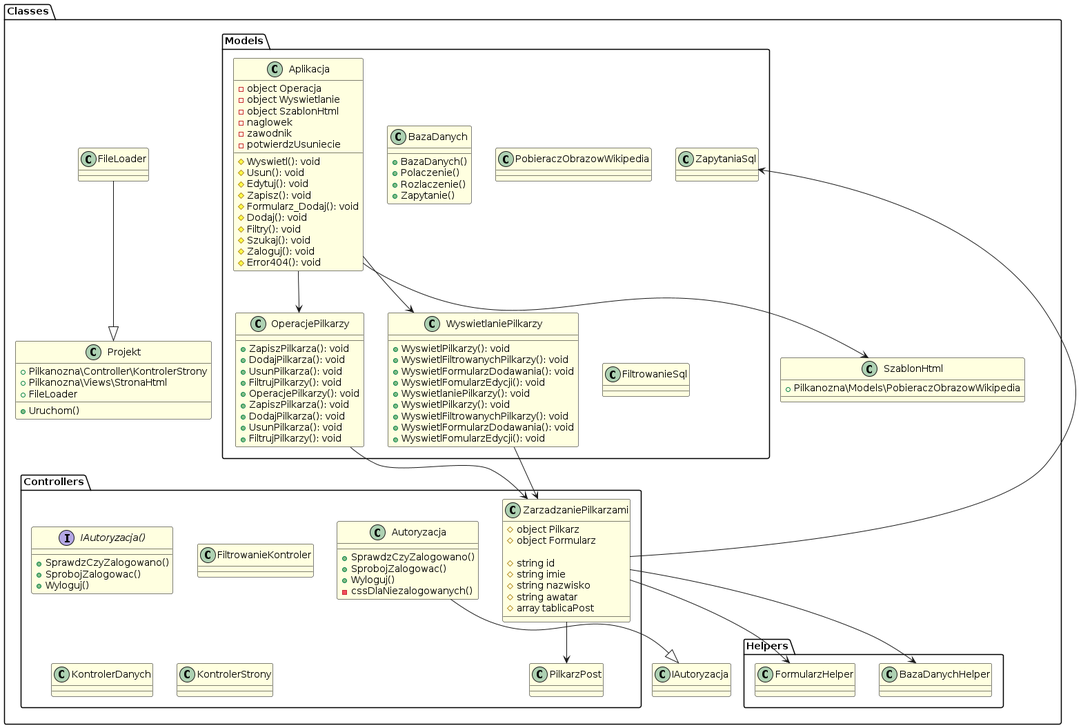
Before: src/diagramy/DiagramKlas.png, a diagram exported from PlantUML (zsoit/oop-php). Source of this version:
```plantuml
@startuml DiagramKlas
skinparam class {
    BackgroundColor LightYellow
    BorderColor Black
}

package "Classes" {
    package "Controllers" {

        interface IAutoryzacja(){
            + SprawdzCzyZalogowano()
            + SprobojZalogowac()
            + Wyloguj()

        }
        class Autoryzacja{

            + SprawdzCzyZalogowano()
            + SprobojZalogowac()
            + Wyloguj()
            -cssDlaNiezalogowanych()
        }
        class FiltrowanieKontroler
        class KontrolerDanych
        class KontrolerStrony
        class PilkarzPost
        class ZarzadzaniePilkarzami{

            # object Pilkarz
            # object Formularz

            # string id
            # string imie
            # string nazwisko
            # string awatar
            # array tablicaPost
        }

    }

    class FileLoader
    package "Helpers" {
        class BazaDanychHelper
        class FormularzHelper
    }

    package "Models" {
        class Aplikacja {
            - object Operacja
            - object Wyswietlanie
            - object SzablonHtml
            - naglowek
            - zawodnik
            - potwierdzUsuniecie

            # Wyswietl(): void
            # Usun(): void
            # Edytuj(): void
            # Zapisz(): void
            # Formularz_Dodaj(): void
            # Dodaj(): void
            # Filtry(): void
            # Szukaj(): void
            # Zaloguj(): void
            # Error404(): void
        }
        class BazaDanych {
            + BazaDanych()
            + Polaczenie()
            + Rozlaczenie()
            + Zapytanie()
        }
        class WyswietlaniePilkarzy{
            + WyswietlPilkarzy(): void
            + WyswietlFiltrowanychPilkarzy(): void
            + WyswietlFormularzDodawania(): void
            + WyswietlFomularzEdycji(): void
            + WyswietlaniePilkarzy(): void
            + WyswietlPilkarzy(): void
            + WyswietlFiltrowanychPilkarzy(): void
            + WyswietlFormularzDodawania(): void
            + WyswietlFomularzEdycji(): void

        }

        class OperacjePilkarzy{
            + ZapiszPilkarza(): void
            + DodajPilkarza(): void
            + UsunPilkarza(): void
            + FiltrujPilkarzy(): void
            + OperacjePilkarzy(): void
            + ZapiszPilkarza(): void
            + DodajPilkarza(): void
            + UsunPilkarza(): void
            + FiltrujPilkarzy(): void
        }

        class PobieraczObrazowWikipedia
        class ZapytaniaSql
        class FiltrowanieSql
    }

    class Projekt {
        + Pilkanozna\Controller\KontrolerStrony
        + Pilkanozna\Views\StronaHtml
        + FileLoader
        + Uruchom()
    }

    class SzablonHtml {
        + Pilkanozna\Models\PobieraczObrazowWikipedia
    }



    Autoryzacja --|> IAutoryzacja


    Aplikacja --> SzablonHtml
    Aplikacja --> WyswietlaniePilkarzy
    Aplikacja --> OperacjePilkarzy



    OperacjePilkarzy --> ZarzadzaniePilkarzami
    WyswietlaniePilkarzy --> ZarzadzaniePilkarzami

    ZarzadzaniePilkarzami --> ZapytaniaSql
    ZarzadzaniePilkarzami --> BazaDanychHelper
    ZarzadzaniePilkarzami --> PilkarzPost
    ZarzadzaniePilkarzami --> FormularzHelper


    FileLoader --|> Projekt



}
@enduml
```
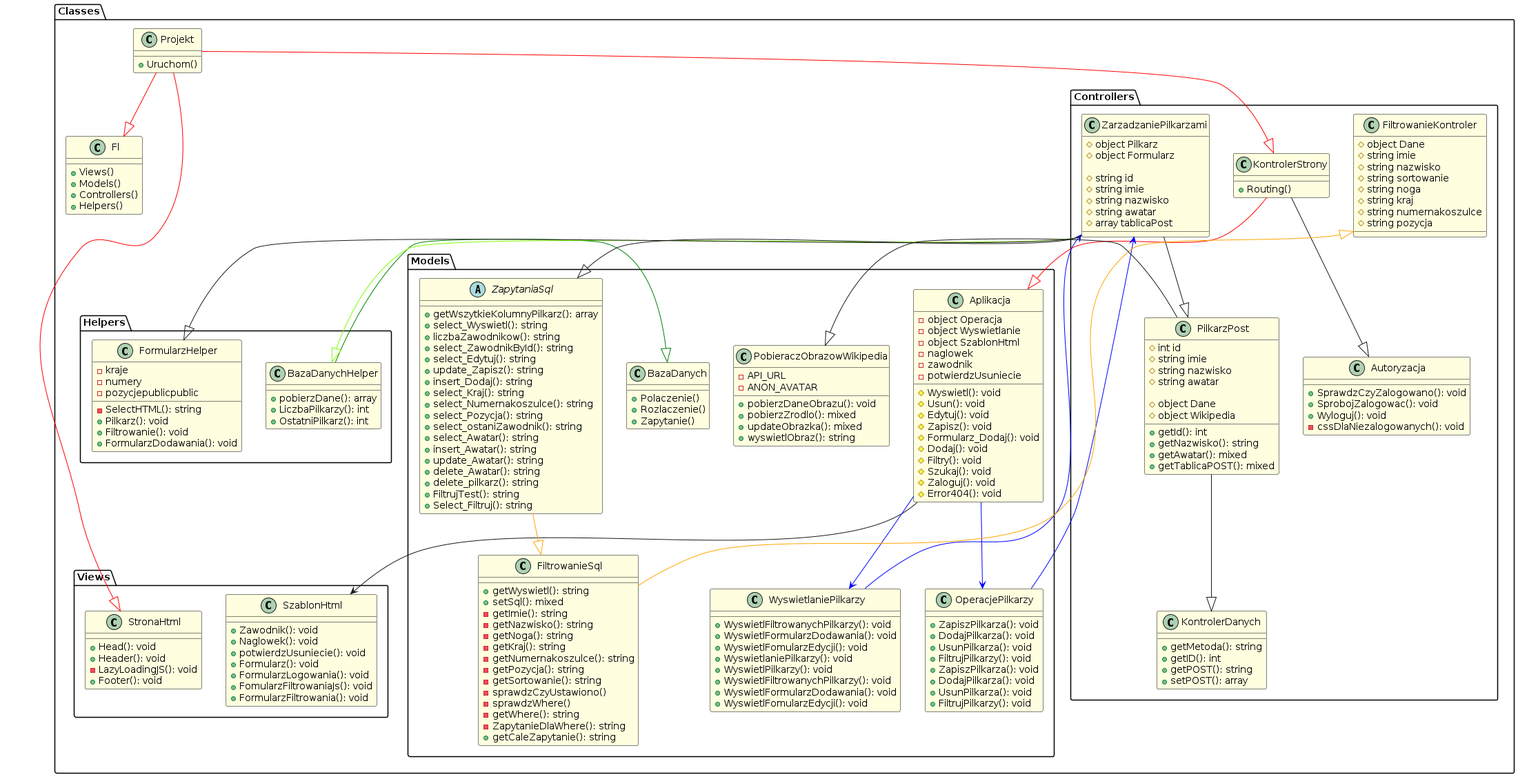
Later version of the same file.

The edit, as a diff of the source:
```diff
@@ -7,25 +7,51 @@
 package "Classes" {
     package "Controllers" {
 
-        interface IAutoryzacja(){
-            + SprawdzCzyZalogowano()
-            + SprobojZalogowac()
-            + Wyloguj()
+        class Autoryzacja{
+
+            + SprawdzCzyZalogowano(): void
+            + SprobojZalogowac(): void
+            + Wyloguj(): void
+            -cssDlaNiezalogowanych(): void
+        }
+        class FiltrowanieKontroler{
+            # object Dane
+            # string imie
+            # string nazwisko
+            # string sortowanie
+            # string noga
+            # string kraj
+            # string numernakoszulce
+            # string pozycja
 
         }
-        class Autoryzacja{
+        class KontrolerDanych{
+            +getMetoda(): string
+            +getID(): int
+            +getPOST(): string
+            +setPOST(): array
 
-            + SprawdzCzyZalogowano()
-            + SprobojZalogowac()
-            + Wyloguj()
-            -cssDlaNiezalogowanych()
         }
-        class FiltrowanieKontroler
-        class KontrolerDanych
-        class KontrolerStrony
-        class PilkarzPost
+        class KontrolerStrony{
+            +Routing()
+        }
+
+        class PilkarzPost{
+            # int id
+            # string imie
+            # string nazwisko
+            # string awatar
+
+            # object Dane
+            # object Wikipedia
+
+            +getId(): int
+            +getNazwisko(): string
+            +getAwatar(): mixed
+            +getTablicaPOST(): mixed
+        }
+
         class ZarzadzaniePilkarzami{
-
             # object Pilkarz
             # object Formularz
 
@@ -36,12 +62,6 @@
             # array tablicaPost
         }
 
-    }
-
-    class FileLoader
-    package "Helpers" {
-        class BazaDanychHelper
-        class FormularzHelper
     }
 
     package "Models" {
@@ -65,13 +85,11 @@
             # Error404(): void
         }
         class BazaDanych {
-            + BazaDanych()
             + Polaczenie()
             + Rozlaczenie()
             + Zapytanie()
         }
         class WyswietlaniePilkarzy{
-            + WyswietlPilkarzy(): void
             + WyswietlFiltrowanychPilkarzy(): void
             + WyswietlFormularzDodawania(): void
             + WyswietlFomularzEdycji(): void
@@ -88,50 +106,143 @@
             + DodajPilkarza(): void
             + UsunPilkarza(): void
             + FiltrujPilkarzy(): void
-            + OperacjePilkarzy(): void
             + ZapiszPilkarza(): void
             + DodajPilkarza(): void
             + UsunPilkarza(): void
             + FiltrujPilkarzy(): void
         }
 
-        class PobieraczObrazowWikipedia
-        class ZapytaniaSql
-        class FiltrowanieSql
+        class PobieraczObrazowWikipedia{
+            - API_URL
+            - ANON_AVATAR
+            +pobierzDaneObrazu(): void
+            +pobierzZrodlo(): mixed
+            +updateObrazka(): mixed
+            +wyswietlObraz(): string
+        }
+
+        abstract class ZapytaniaSql{
+            +getWszytkieKolumnyPilkarz(): array
+            +select_Wyswietl(): string
+            +liczbaZawodnikow(): string
+            +select_ZawodnikById(): string
+            +select_Edytuj(): string
+            +update_Zapisz(): string
+            +insert_Dodaj(): string
+            +select_Kraj(): string
+            +select_Numernakoszulce(): string
+            +select_Pozycja(): string
+            +select_ostaniZawodnik(): string
+            +select_Awatar(): string
+            +insert_Awatar(): string
+            +update_Awatar(): string
+            +delete_Awatar(): string
+            +delete_pilkarz(): string
+            +FiltrujTest(): string
+            +Select_Filtruj(): string
+        }
+        class FiltrowanieSql{
+            +getWyswietl(): string
+            +setSql(): mixed
+            -getImie(): string
+            -getNazwisko(): string
+            -getNoga(): string
+            -getKraj(): string
+            -getNumernakoszulce(): string
+            -getPozycja(): string
+            -getSortowanie(): string
+            -sprawdzCzyUstawiono()
+            -sprawdzWhere()
+            -getWhere(): string
+            -ZapytanieDlaWhere(): string
+            +getCaleZapytanie(): string
+        }
     }
 
+
+    package "Views"{
+        class StronaHtml{
+            +Head(): void
+            +Header(): void
+            -LazyLoadingJS(): void
+            +Footer(): void
+
+        }
+
+        class SzablonHtml {
+            +Zawodnik(): void
+            +Naglowek(): void
+            +potwierdzUsuniecie(): void
+            +Formularz(): void
+            +FormularzLogowania(): void
+            +FomularzFiltrowaniaJs(): void
+            +FormularzFiltrowania(): void
+        }
+
+    }
+
+    package "Helpers" {
+
+        class BazaDanychHelper
+        {
+            +pobierzDane(): array
+            +LiczbaPilkarzy(): int
+            +OstatniPilkarz(): int
+        }
+
+        class FormularzHelper
+        {
+            -kraje
+            -numery
+            -pozycjepublicpublic
+            -SelectHTML(): string
+            +Pilkarz(): void
+            +Filtrowanie(): void
+            +FormularzDodawania(): void
+        }
+    }
+
+
     class Projekt {
-        + Pilkanozna\Controller\KontrolerStrony
-        + Pilkanozna\Views\StronaHtml
-        + FileLoader
         + Uruchom()
     }
 
-    class SzablonHtml {
-        + Pilkanozna\Models\PobieraczObrazowWikipedia
+    class Fl{
+        +Views()
+        +Models()
+        +Controllers()
+        +Helpers()
     }
 
 
+    Projekt --|> Fl #Red
+    Projekt --|> KontrolerStrony #Red
+    Projekt --|> StronaHtml #Red
 
-    Autoryzacja --|> IAutoryzacja
-
+    KontrolerStrony --|> Aplikacja #Red
+    KontrolerStrony --|> Autoryzacja
 
     Aplikacja --> SzablonHtml
-    Aplikacja --> WyswietlaniePilkarzy
-    Aplikacja --> OperacjePilkarzy
+    Aplikacja --> WyswietlaniePilkarzy #Blue
+    Aplikacja --> OperacjePilkarzy #Blue
+
+    OperacjePilkarzy --> ZarzadzaniePilkarzami #Blue
+    WyswietlaniePilkarzy --> ZarzadzaniePilkarzami #Blue
+
+    BazaDanychHelper --|> BazaDanych #Green
+
+    ZarzadzaniePilkarzami --|> BazaDanychHelper #LawnGreen
+    ZarzadzaniePilkarzami --|> ZapytaniaSql
+    ZarzadzaniePilkarzami --|> PilkarzPost
+    ZarzadzaniePilkarzami --|> FormularzHelper
 
 
 
-    OperacjePilkarzy --> ZarzadzaniePilkarzami
-    WyswietlaniePilkarzy --> ZarzadzaniePilkarzami
+    ZapytaniaSql --|> FiltrowanieSql #Orange
+    FiltrowanieSql --|> FiltrowanieKontroler #Orange
 
-    ZarzadzaniePilkarzami --> ZapytaniaSql
-    ZarzadzaniePilkarzami --> BazaDanychHelper
-    ZarzadzaniePilkarzami --> PilkarzPost
-    ZarzadzaniePilkarzami --> FormularzHelper
-
-
-    FileLoader --|> Projekt
+    PilkarzPost --|> PobieraczObrazowWikipedia
+    PilkarzPost --|> KontrolerDanych
 
 
 
```
